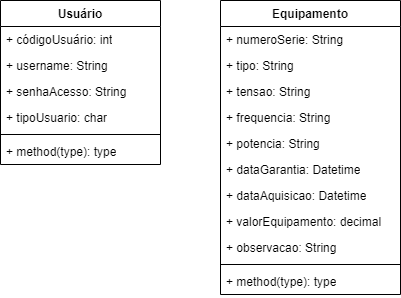
Earlier version of the draw.io export DiagramaProjeto.drawio.png (IgorDias1998/sistema_login). Source tidied: cells renumbered, new cells last; positions are measured from the earlier drawing's top-left corner, leaving out a move shared by most shapes.
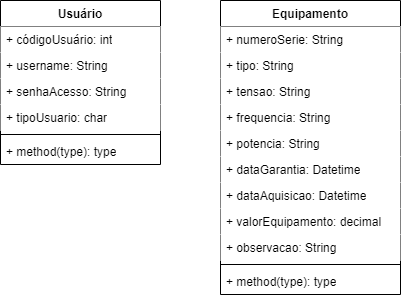
Later version of the same file.

Change to the diagram source:
```diff
@@ -5,31 +5,31 @@
     <mxCell id="2" value="Equipamento" style="swimlane;fontStyle=1;align=center;verticalAlign=top;horizontal=1;startSize=26;whiteSpace=wrap;html=1;" parent="1" vertex="1">
       <mxGeometry x="220" width="180" height="294" as="geometry" />
     </mxCell>
-    <mxCell id="3" value="+ numeroSerie: String&lt;div&gt;&lt;br&gt;&lt;/div&gt;" style="text;strokeColor=none;fillColor=none;align=left;verticalAlign=top;spacingLeft=4;spacingRight=4;overflow=hidden;whiteSpace=wrap;html=1;" parent="2" vertex="1">
+    <mxCell id="3" value="+ numeroSerie: String&lt;div&gt;&lt;br&gt;&lt;/div&gt;" style="text;strokeColor=none;fillColor=default;align=left;verticalAlign=top;spacingLeft=4;spacingRight=4;overflow=hidden;whiteSpace=wrap;html=1;" parent="2" vertex="1">
       <mxGeometry y="26" width="180" height="26" as="geometry" />
     </mxCell>
-    <mxCell id="4" value="+ tipo: String&lt;div&gt;&lt;br&gt;&lt;/div&gt;" style="text;strokeColor=none;fillColor=none;align=left;verticalAlign=top;spacingLeft=4;spacingRight=4;overflow=hidden;whiteSpace=wrap;html=1;" parent="2" vertex="1">
+    <mxCell id="4" value="+ tipo: String&lt;div&gt;&lt;br&gt;&lt;/div&gt;" style="text;strokeColor=none;fillColor=default;align=left;verticalAlign=top;spacingLeft=4;spacingRight=4;overflow=hidden;whiteSpace=wrap;html=1;" parent="2" vertex="1">
       <mxGeometry y="52" width="180" height="26" as="geometry" />
     </mxCell>
-    <mxCell id="5" value="+ tensao: String&lt;div&gt;&lt;br&gt;&lt;/div&gt;" style="text;strokeColor=none;fillColor=none;align=left;verticalAlign=top;spacingLeft=4;spacingRight=4;overflow=hidden;whiteSpace=wrap;html=1;" parent="2" vertex="1">
+    <mxCell id="5" value="+ tensao: String&lt;div&gt;&lt;br&gt;&lt;/div&gt;" style="text;strokeColor=none;fillColor=default;align=left;verticalAlign=top;spacingLeft=4;spacingRight=4;overflow=hidden;whiteSpace=wrap;html=1;" parent="2" vertex="1">
       <mxGeometry y="78" width="180" height="26" as="geometry" />
     </mxCell>
-    <mxCell id="6" value="+ frequencia: String&lt;div&gt;&lt;br&gt;&lt;/div&gt;" style="text;strokeColor=none;fillColor=none;align=left;verticalAlign=top;spacingLeft=4;spacingRight=4;overflow=hidden;whiteSpace=wrap;html=1;" parent="2" vertex="1">
+    <mxCell id="6" value="+ frequencia: String&lt;div&gt;&lt;br&gt;&lt;/div&gt;" style="text;strokeColor=none;fillColor=default;align=left;verticalAlign=top;spacingLeft=4;spacingRight=4;overflow=hidden;whiteSpace=wrap;html=1;" parent="2" vertex="1">
       <mxGeometry y="104" width="180" height="26" as="geometry" />
     </mxCell>
-    <mxCell id="7" value="+ potencia: String&lt;div&gt;&lt;br&gt;&lt;/div&gt;" style="text;strokeColor=none;fillColor=none;align=left;verticalAlign=top;spacingLeft=4;spacingRight=4;overflow=hidden;whiteSpace=wrap;html=1;" parent="2" vertex="1">
+    <mxCell id="7" value="+ potencia: String&lt;div&gt;&lt;br&gt;&lt;/div&gt;" style="text;strokeColor=none;fillColor=default;align=left;verticalAlign=top;spacingLeft=4;spacingRight=4;overflow=hidden;whiteSpace=wrap;html=1;" parent="2" vertex="1">
       <mxGeometry y="130" width="180" height="26" as="geometry" />
     </mxCell>
-    <mxCell id="8" value="+ dataGarantia: Datetime&lt;div&gt;&lt;br&gt;&lt;/div&gt;" style="text;strokeColor=none;fillColor=none;align=left;verticalAlign=top;spacingLeft=4;spacingRight=4;overflow=hidden;whiteSpace=wrap;html=1;" parent="2" vertex="1">
+    <mxCell id="8" value="+ dataGarantia: Datetime&lt;div&gt;&lt;br&gt;&lt;/div&gt;" style="text;strokeColor=none;fillColor=default;align=left;verticalAlign=top;spacingLeft=4;spacingRight=4;overflow=hidden;whiteSpace=wrap;html=1;" parent="2" vertex="1">
       <mxGeometry y="156" width="180" height="26" as="geometry" />
     </mxCell>
-    <mxCell id="9" value="+ dataAquisicao: Datetime&lt;div&gt;&lt;br&gt;&lt;/div&gt;" style="text;strokeColor=none;fillColor=none;align=left;verticalAlign=top;spacingLeft=4;spacingRight=4;overflow=hidden;whiteSpace=wrap;html=1;" parent="2" vertex="1">
+    <mxCell id="9" value="+ dataAquisicao: Datetime&lt;div&gt;&lt;br&gt;&lt;/div&gt;" style="text;strokeColor=none;fillColor=default;align=left;verticalAlign=top;spacingLeft=4;spacingRight=4;overflow=hidden;whiteSpace=wrap;html=1;" parent="2" vertex="1">
       <mxGeometry y="182" width="180" height="26" as="geometry" />
     </mxCell>
-    <mxCell id="10" value="+ valorEquipamento: decimal&lt;div&gt;&lt;br&gt;&lt;/div&gt;" style="text;strokeColor=none;fillColor=none;align=left;verticalAlign=top;spacingLeft=4;spacingRight=4;overflow=hidden;whiteSpace=wrap;html=1;" parent="2" vertex="1">
+    <mxCell id="10" value="+ valorEquipamento: decimal&lt;div&gt;&lt;br&gt;&lt;/div&gt;" style="text;strokeColor=none;fillColor=default;align=left;verticalAlign=top;spacingLeft=4;spacingRight=4;overflow=hidden;whiteSpace=wrap;html=1;" parent="2" vertex="1">
       <mxGeometry y="208" width="180" height="26" as="geometry" />
     </mxCell>
-    <mxCell id="11" value="+ observacao: String&lt;div&gt;&lt;br&gt;&lt;/div&gt;" style="text;strokeColor=none;fillColor=none;align=left;verticalAlign=top;spacingLeft=4;spacingRight=4;overflow=hidden;whiteSpace=wrap;html=1;" parent="2" vertex="1">
+    <mxCell id="11" value="+ observacao: String&lt;div&gt;&lt;br&gt;&lt;/div&gt;" style="text;strokeColor=none;fillColor=default;align=left;verticalAlign=top;spacingLeft=4;spacingRight=4;overflow=hidden;whiteSpace=wrap;html=1;" parent="2" vertex="1">
       <mxGeometry y="234" width="180" height="26" as="geometry" />
     </mxCell>
     <mxCell id="12" style="line;strokeWidth=1;fillColor=none;align=left;verticalAlign=middle;spacingTop=-1;spacingLeft=3;spacingRight=3;labelPosition=right;strokeColor=inherit;" parent="2" vertex="1">
@@ -41,16 +41,16 @@
     <mxCell id="14" value="Usuário" style="swimlane;fontStyle=1;align=center;verticalAlign=top;horizontal=1;startSize=26;whiteSpace=wrap;html=1;" parent="1" vertex="1">
       <mxGeometry width="160" height="164" as="geometry" />
     </mxCell>
-    <mxCell id="15" value="+ códigoUsuário: int&lt;div&gt;&lt;br&gt;&lt;/div&gt;" style="text;strokeColor=none;fillColor=none;align=left;verticalAlign=top;spacingLeft=4;spacingRight=4;overflow=hidden;whiteSpace=wrap;html=1;" parent="14" vertex="1">
+    <mxCell id="15" value="+ códigoUsuário: int&lt;div&gt;&lt;br&gt;&lt;/div&gt;" style="text;strokeColor=none;fillColor=default;align=left;verticalAlign=top;spacingLeft=4;spacingRight=4;overflow=hidden;whiteSpace=wrap;html=1;" parent="14" vertex="1">
       <mxGeometry y="26" width="160" height="26" as="geometry" />
     </mxCell>
-    <mxCell id="16" value="+ username: String&lt;div&gt;&lt;br&gt;&lt;/div&gt;" style="text;strokeColor=none;fillColor=none;align=left;verticalAlign=top;spacingLeft=4;spacingRight=4;overflow=hidden;whiteSpace=wrap;html=1;" parent="14" vertex="1">
+    <mxCell id="16" value="+ username: String&lt;div&gt;&lt;br&gt;&lt;/div&gt;" style="text;strokeColor=none;fillColor=default;align=left;verticalAlign=top;spacingLeft=4;spacingRight=4;overflow=hidden;whiteSpace=wrap;html=1;" parent="14" vertex="1">
       <mxGeometry y="52" width="160" height="26" as="geometry" />
     </mxCell>
-    <mxCell id="17" value="+ senhaAcesso: String&lt;div&gt;&lt;br&gt;&lt;/div&gt;" style="text;strokeColor=none;fillColor=none;align=left;verticalAlign=top;spacingLeft=4;spacingRight=4;overflow=hidden;whiteSpace=wrap;html=1;" parent="14" vertex="1">
+    <mxCell id="17" value="+ senhaAcesso: String&lt;div&gt;&lt;br&gt;&lt;/div&gt;" style="text;strokeColor=none;fillColor=default;align=left;verticalAlign=top;spacingLeft=4;spacingRight=4;overflow=hidden;whiteSpace=wrap;html=1;" parent="14" vertex="1">
       <mxGeometry y="78" width="160" height="26" as="geometry" />
     </mxCell>
-    <mxCell id="18" value="+ tipoUsuario: char&lt;div&gt;&lt;br&gt;&lt;/div&gt;" style="text;strokeColor=none;fillColor=none;align=left;verticalAlign=top;spacingLeft=4;spacingRight=4;overflow=hidden;whiteSpace=wrap;html=1;" parent="14" vertex="1">
+    <mxCell id="18" value="+ tipoUsuario: char&lt;div&gt;&lt;br&gt;&lt;/div&gt;" style="text;strokeColor=none;fillColor=default;align=left;verticalAlign=top;spacingLeft=4;spacingRight=4;overflow=hidden;whiteSpace=wrap;html=1;" parent="14" vertex="1">
       <mxGeometry y="104" width="160" height="26" as="geometry" />
     </mxCell>
     <mxCell id="19" style="line;strokeWidth=1;fillColor=none;align=left;verticalAlign=middle;spacingTop=-1;spacingLeft=3;spacingRight=3;labelPosition=right;strokeColor=inherit;" parent="14" vertex="1">
```
